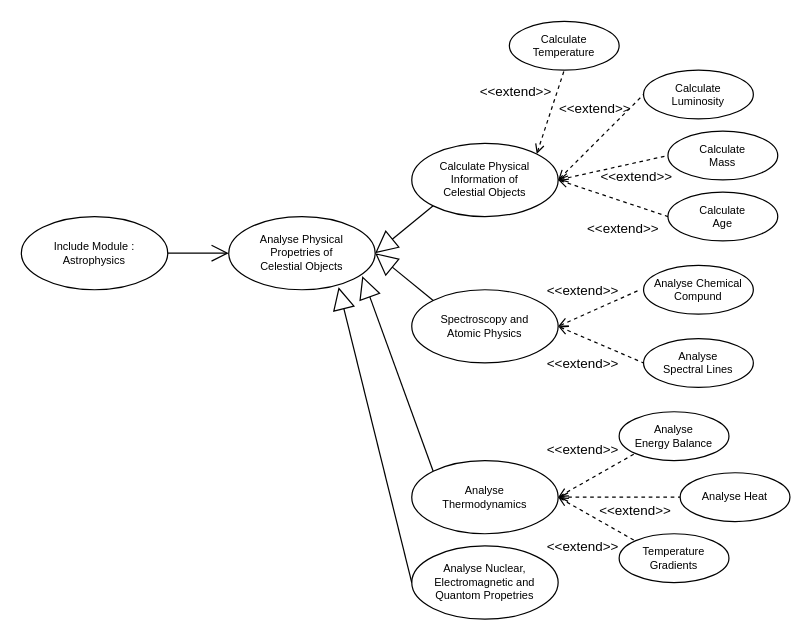
The draw.io diagram Proposal Versions/v3/Use Case Digram/Files/astrophysics_usecase.drawio in QSSLibrary/Educational-Proposal, before the edit. Source tidied: cells renumbered, new cells numbered last; positions are measured from the earlier drawing's top-left corner, leaving out a move shared by most shapes. Both pictures are drawn from the tidied source at 122%, with x=0, y=0 at pixel (21, 21).
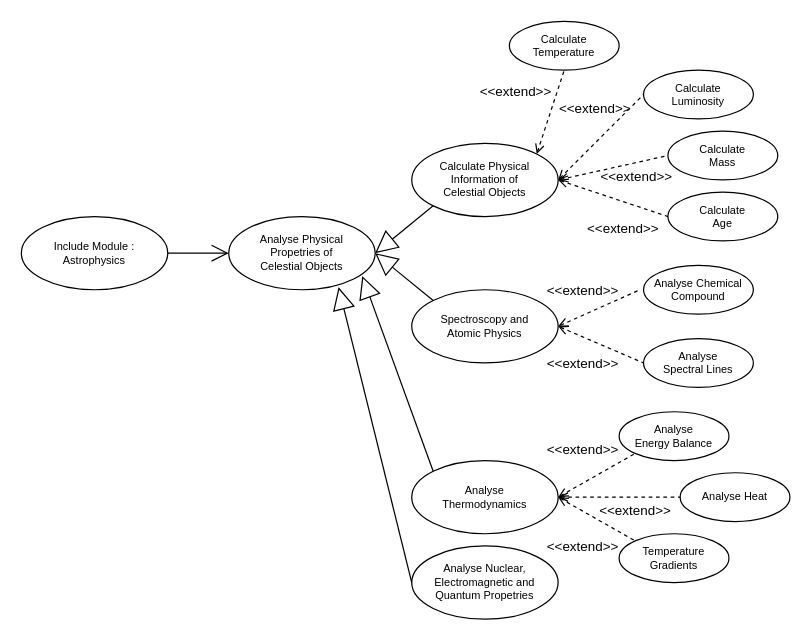
The same page after the edit.

Change to the diagram source:
```diff
@@
-    <mxCell id="11" value="Analyse Chemical&lt;div&gt;Compund&lt;/div&gt;" style="ellipse;whiteSpace=wrap;html=1;fontSize=9;" parent="1" vertex="1">
+    <mxCell id="11" value="Analyse Chemical&lt;div&gt;Compound&lt;/div&gt;" style="ellipse;whiteSpace=wrap;html=1;fontSize=9;" parent="1" vertex="1">
       <mxGeometry x="510" y="200" width="90" height="40" as="geometry" />
     </mxCell>
@@
-    <mxCell id="29" value="Analyse Nuclear,&lt;div&gt;Electromagnetic and&lt;/div&gt;&lt;div&gt;Quantom Propetries&lt;/div&gt;" style="ellipse;whiteSpace=wrap;html=1;fontSize=9;" parent="1" vertex="1">
+    <mxCell id="29" value="Analyse Nuclear,&lt;div&gt;Electromagnetic and&lt;/div&gt;&lt;div&gt;Quantum Propetries&lt;/div&gt;" style="ellipse;whiteSpace=wrap;html=1;fontSize=9;" parent="1" vertex="1">
       <mxGeometry x="320" y="430" width="120" height="60" as="geometry" />
     </mxCell>
```
